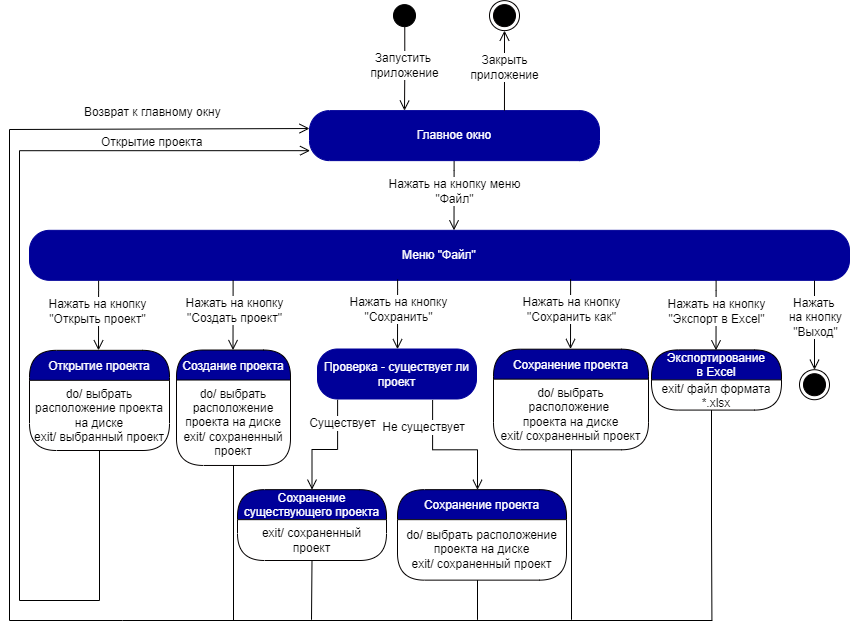
iCosmos76/Curriculum-Designer keeps this draw.io diagram as SM_Bloks/Menu/State_machine_menu_file.drawio.png. Above is the earlier version. Source tidied: cells renumbered, new cells last; positions are measured from the earlier drawing's top-left corner, leaving out a move shared by most shapes.
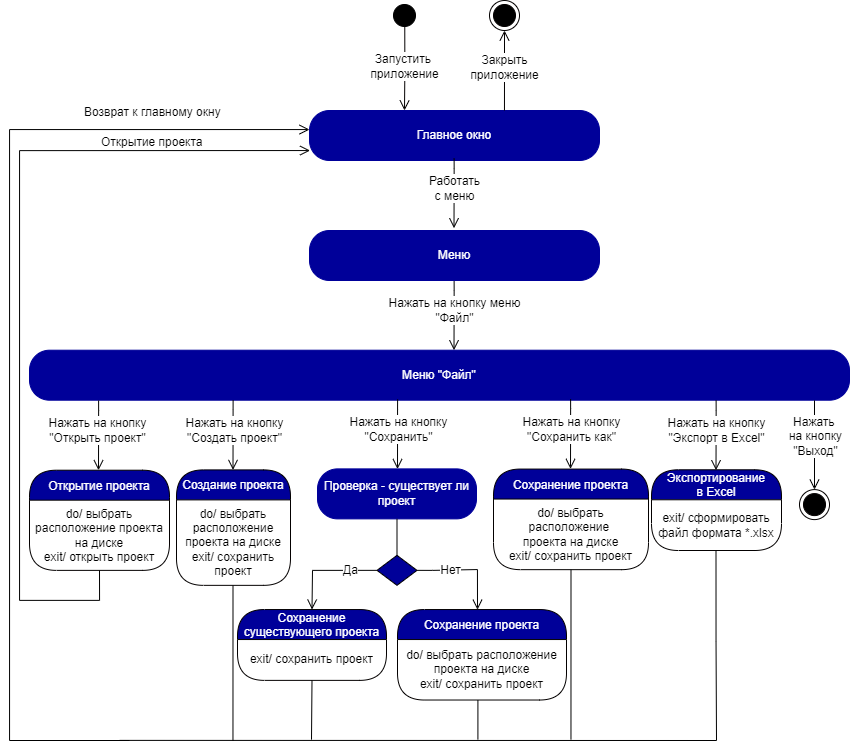
The same diagram one commit later.

The edit, as a diff of the source:
```diff
@@ -6,6 +6,6 @@
       <mxGeometry relative="1" as="geometry">
-        <mxPoint x="444.6" y="160.1" as="sourcePoint" />
-        <mxPoint x="444.5" y="229.8" as="targetPoint" />
+        <mxPoint x="444.6" y="120" as="sourcePoint" />
+        <mxPoint x="444.5" y="189.7" as="targetPoint" />
         <Array as="points">
-          <mxPoint x="444.4" y="169.8" />
+          <mxPoint x="444.4" y="129.7" />
         </Array>
@@ -19,3 +19,3 @@
     <mxCell id="4" value="Меню &quot;Файл&quot;" style="rounded=1;whiteSpace=wrap;html=1;arcSize=40;fontColor=#FFFFFF;fillColor=#000099;strokeColor=#000099;" parent="1" vertex="1">
-      <mxGeometry x="20" y="229.8" width="820" height="50" as="geometry" />
+      <mxGeometry x="20" y="189.7" width="820" height="50" as="geometry" />
     </mxCell>
@@ -23,6 +23,6 @@
       <mxGeometry relative="1" as="geometry">
-        <mxPoint x="388.1" y="279" as="sourcePoint" />
-        <mxPoint x="388" y="348.7" as="targetPoint" />
+        <mxPoint x="388.1" y="238.9" as="sourcePoint" />
+        <mxPoint x="388" y="308.6" as="targetPoint" />
         <Array as="points">
-          <mxPoint x="387.9" y="288.7" />
+          <mxPoint x="387.9" y="248.6" />
         </Array>
@@ -36,5 +36,5 @@
     <mxCell id="7" value="Сохранение проекта" style="swimlane;fontStyle=0;align=center;verticalAlign=middle;horizontal=1;startSize=30;fontColor=#FFFFFF;rounded=1;arcSize=30;strokeColor=#030000;fillColor=#000099;swimlaneFillColor=#FFFFFF;fontSize=12;" parent="1" vertex="1">
-      <mxGeometry x="484" y="348.7" width="155" height="100.6" as="geometry" />
+      <mxGeometry x="484" y="308.6" width="155" height="100.6" as="geometry" />
     </mxCell>
-    <mxCell id="8" value="do/ выбрать расположение &lt;br&gt;проекта на диске&lt;br&gt;exit/ сохраненный проект" style="text;html=1;strokeColor=none;fillColor=none;align=center;verticalAlign=middle;spacingLeft=4;spacingRight=4;whiteSpace=wrap;overflow=hidden;fontColor=#000000;fontSize=12;" parent="7" vertex="1">
+    <mxCell id="8" value="do/ выбрать расположение &lt;br&gt;проекта на диске&lt;br&gt;exit/ сохранить проект" style="text;html=1;strokeColor=none;fillColor=none;align=center;verticalAlign=middle;spacingLeft=4;spacingRight=4;whiteSpace=wrap;overflow=hidden;fontColor=#000000;fontSize=12;" parent="7" vertex="1">
       <mxGeometry y="30" width="155" height="70.6" as="geometry" />
@@ -43,6 +43,6 @@
       <mxGeometry relative="1" as="geometry">
-        <mxPoint x="561.1" y="278.8" as="sourcePoint" />
-        <mxPoint x="561" y="348.5" as="targetPoint" />
+        <mxPoint x="561.1" y="238.7" as="sourcePoint" />
+        <mxPoint x="561" y="308.4" as="targetPoint" />
         <Array as="points">
-          <mxPoint x="560.9" y="288.5" />
+          <mxPoint x="560.9" y="248.4" />
         </Array>
@@ -57,5 +57,5 @@
       <mxGeometry relative="1" as="geometry">
-        <mxPoint x="562" y="619.3" as="targetPoint" />
+        <mxPoint x="562" y="579.2" as="targetPoint" />
         <Array as="points">
-          <mxPoint x="562" y="619.3" />
+          <mxPoint x="562" y="579.2" />
         </Array>
@@ -64,5 +64,5 @@
     <mxCell id="12" value="Сохранение &#10;существующего проекта" style="swimlane;fontStyle=0;align=center;verticalAlign=middle;horizontal=1;startSize=30;fontColor=#FFFFFF;rounded=1;arcSize=30;strokeColor=#030000;fillColor=#000099;swimlaneFillColor=#FFFFFF;fontSize=12;" parent="1" vertex="1">
-      <mxGeometry x="228" y="489.2" width="149" height="70.8" as="geometry" />
+      <mxGeometry x="228" y="449" width="149" height="70.8" as="geometry" />
     </mxCell>
-    <mxCell id="13" value="exit/ сохраненный проект" style="text;html=1;strokeColor=none;fillColor=none;align=center;verticalAlign=middle;spacingLeft=4;spacingRight=4;whiteSpace=wrap;overflow=hidden;fontColor=#000000;fontSize=12;" parent="12" vertex="1">
+    <mxCell id="13" value="exit/ сохранить проект" style="text;html=1;strokeColor=none;fillColor=none;align=center;verticalAlign=middle;spacingLeft=4;spacingRight=4;whiteSpace=wrap;overflow=hidden;fontColor=#000000;fontSize=12;" parent="12" vertex="1">
       <mxGeometry y="30" width="149" height="40.8" as="geometry" />
@@ -71,6 +71,6 @@
       <mxGeometry relative="1" as="geometry">
-        <mxPoint x="706.6" y="280.1" as="sourcePoint" />
-        <mxPoint x="706.5" y="349.8" as="targetPoint" />
+        <mxPoint x="706.6" y="240" as="sourcePoint" />
+        <mxPoint x="706.5" y="309.7" as="targetPoint" />
         <Array as="points">
-          <mxPoint x="706.4" y="289.8" />
+          <mxPoint x="706.4" y="249.7" />
         </Array>
@@ -84,6 +84,6 @@
     <mxCell id="16" value="Экспортирование &#10;в Excel" style="swimlane;fontStyle=0;align=center;verticalAlign=middle;horizontal=1;startSize=30;fontColor=#FFFFFF;rounded=1;arcSize=30;strokeColor=#030000;fillColor=#000099;swimlaneFillColor=#FFFFFF;fontSize=12;" parent="1" vertex="1">
-      <mxGeometry x="642" y="349.4" width="130" height="60.2" as="geometry" />
+      <mxGeometry x="642" y="309.3" width="130" height="80.7" as="geometry" />
     </mxCell>
-    <mxCell id="17" value="exit/ файл формата *.xlsx" style="text;html=1;strokeColor=none;fillColor=none;align=center;verticalAlign=middle;spacingLeft=4;spacingRight=4;whiteSpace=wrap;overflow=hidden;fontColor=#000000;fontSize=12;" parent="16" vertex="1">
-      <mxGeometry y="30" width="130" height="30.2" as="geometry" />
+    <mxCell id="17" value="exit/ сформировать файл формата *.xlsx" style="text;html=1;strokeColor=none;fillColor=none;align=center;verticalAlign=middle;spacingLeft=4;spacingRight=4;whiteSpace=wrap;overflow=hidden;fontColor=#000000;fontSize=12;" parent="16" vertex="1">
+      <mxGeometry y="30" width="130" height="50.7" as="geometry" />
     </mxCell>
@@ -91,7 +91,7 @@
       <mxGeometry relative="1" as="geometry">
-        <mxPoint x="702" y="409.6" as="sourcePoint" />
-        <mxPoint x="702.4" y="619.5" as="targetPoint" />
+        <mxPoint x="706.5" y="390" as="sourcePoint" />
+        <mxPoint x="707" y="580" as="targetPoint" />
         <Array as="points">
-          <mxPoint x="702.4" y="519.5" />
-          <mxPoint x="702.4" y="519.5" />
+          <mxPoint x="706.5" y="480.5" />
+          <mxPoint x="706.5" y="480.5" />
         </Array>
@@ -101,6 +101,6 @@
       <mxGeometry relative="1" as="geometry">
-        <mxPoint x="805" y="280" as="sourcePoint" />
+        <mxPoint x="805" y="239.9" as="sourcePoint" />
         <Array as="points">
-          <mxPoint x="805" y="330" />
-          <mxPoint x="805" y="330" />
+          <mxPoint x="805" y="289.9" />
+          <mxPoint x="805" y="289.9" />
         </Array>
@@ -114,16 +114,15 @@
     <mxCell id="21" style="ellipse;html=1;shape=endState;fillColor=#000000;strokeColor=#030000;" parent="1" vertex="1">
-      <mxGeometry x="790" y="369.2" width="30" height="30" as="geometry" />
+      <mxGeometry x="790" y="329.1" width="30" height="30" as="geometry" />
     </mxCell>
     <mxCell id="22" value="&lt;span&gt;Главное окно&lt;/span&gt;" style="rounded=1;whiteSpace=wrap;html=1;arcSize=40;fontColor=#FFFFFF;fillColor=#000099;strokeColor=#000099;" parent="1" vertex="1">
-      <mxGeometry x="300" y="110.1" width="290" height="50" as="geometry" />
+      <mxGeometry x="300" y="-50" width="290" height="50" as="geometry" />
     </mxCell>
     <mxCell id="23" value="Проверка - существует ли проект" style="rounded=1;whiteSpace=wrap;html=1;arcSize=40;fontColor=#FFFFFF;fillColor=#000099;strokeColor=#000099;" parent="1" vertex="1">
-      <mxGeometry x="308" y="348.5" width="159" height="50" as="geometry" />
+      <mxGeometry x="308" y="308.4" width="159" height="50" as="geometry" />
     </mxCell>
-    <mxCell id="24" style="edgeStyle=orthogonalEdgeStyle;html=1;verticalAlign=bottom;endArrow=open;endSize=8;strokeColor=#000000;rounded=0;fontSize=10;exitX=0.097;exitY=1.006;exitDx=0;exitDy=0;exitPerimeter=0;entryX=0.5;entryY=0;entryDx=0;entryDy=0;" parent="1" edge="1" target="12">
+    <mxCell id="24" style="edgeStyle=orthogonalEdgeStyle;html=1;verticalAlign=bottom;endArrow=open;endSize=8;strokeColor=#000000;rounded=0;fontSize=10;entryX=0.5;entryY=0;entryDx=0;entryDy=0;exitX=0;exitY=0.5;exitDx=0;exitDy=0;" parent="1" edge="1" source="55" target="12">
       <mxGeometry relative="1" as="geometry">
-        <mxPoint x="328.1" y="399.3" as="sourcePoint" />
         <Array as="points">
-          <mxPoint x="328" y="449" />
-          <mxPoint x="303" y="449" />
+          <mxPoint x="303" y="410" />
+          <mxPoint x="303" y="409" />
         </Array>
@@ -131,14 +130,13 @@
     </mxCell>
-    <mxCell id="25" value="Существует" style="edgeLabel;html=1;align=center;verticalAlign=middle;fontSize=12;labelBackgroundColor=default;" parent="24" vertex="1">
+    <mxCell id="25" value="Да" style="edgeLabel;html=1;align=center;verticalAlign=middle;fontSize=12;labelBackgroundColor=default;" parent="24" vertex="1">
       <mxGeometry x="-0.25" y="2" relative="1" as="geometry">
-        <mxPoint x="2" y="-20" as="offset" />
+        <mxPoint x="12" y="-2" as="offset" />
       </mxGeometry>
     </mxCell>
-    <mxCell id="26" style="edgeStyle=orthogonalEdgeStyle;html=1;verticalAlign=bottom;endArrow=open;endSize=8;strokeColor=#000000;rounded=0;fontSize=10;exitX=0.097;exitY=1.006;exitDx=0;exitDy=0;exitPerimeter=0;entryX=0.5;entryY=0;entryDx=0;entryDy=0;" parent="1" edge="1">
+    <mxCell id="26" style="edgeStyle=orthogonalEdgeStyle;html=1;verticalAlign=bottom;endArrow=open;endSize=8;strokeColor=#000000;rounded=0;fontSize=10;entryX=0.5;entryY=0;entryDx=0;entryDy=0;exitX=1;exitY=0.5;exitDx=0;exitDy=0;" parent="1" edge="1" source="55">
       <mxGeometry relative="1" as="geometry">
-        <mxPoint x="423.1" y="399.5" as="sourcePoint" />
-        <mxPoint x="468" y="489.3" as="targetPoint" />
+        <mxPoint x="468" y="449.2" as="targetPoint" />
         <Array as="points">
-          <mxPoint x="423" y="449.3" />
-          <mxPoint x="468" y="449.3" />
+          <mxPoint x="423" y="410" />
+          <mxPoint x="468" y="409" />
         </Array>
@@ -146,5 +144,5 @@
     </mxCell>
-    <mxCell id="27" value="Не существует" style="edgeLabel;html=1;align=center;verticalAlign=middle;fontSize=12;labelBackgroundColor=default;" parent="26" vertex="1">
+    <mxCell id="27" value="Нет" style="edgeLabel;html=1;align=center;verticalAlign=middle;fontSize=12;labelBackgroundColor=default;" parent="26" vertex="1">
       <mxGeometry x="-0.25" y="2" relative="1" as="geometry">
-        <mxPoint x="-10" y="-21" as="offset" />
+        <mxPoint x="-5" y="2" as="offset" />
       </mxGeometry>
@@ -153,6 +151,6 @@
       <mxGeometry relative="1" as="geometry">
-        <mxPoint x="89.1" y="280.1" as="sourcePoint" />
-        <mxPoint x="89" y="349.8" as="targetPoint" />
+        <mxPoint x="89.1" y="240" as="sourcePoint" />
+        <mxPoint x="89" y="309.7" as="targetPoint" />
         <Array as="points">
-          <mxPoint x="88.9" y="289.8" />
+          <mxPoint x="88.9" y="249.7" />
         </Array>
@@ -166,5 +164,5 @@
     <mxCell id="30" value="Открытие проекта" style="swimlane;fontStyle=0;align=center;verticalAlign=middle;horizontal=1;startSize=30;fontColor=#FFFFFF;rounded=1;arcSize=30;strokeColor=#030000;fillColor=#000099;swimlaneFillColor=#FFFFFF;fontSize=12;" parent="1" vertex="1">
-      <mxGeometry x="20" y="349.8" width="140" height="100.2" as="geometry" />
+      <mxGeometry x="20" y="309.7" width="140" height="100.2" as="geometry" />
     </mxCell>
-    <mxCell id="31" value="do/ выбрать расположение проекта на диске&lt;br&gt;exit/ выбранный проект" style="text;html=1;strokeColor=none;fillColor=none;align=center;verticalAlign=middle;spacingLeft=4;spacingRight=4;whiteSpace=wrap;overflow=hidden;fontColor=#000000;fontSize=12;" parent="30" vertex="1">
+    <mxCell id="31" value="do/ выбрать расположение проекта на диске&lt;br&gt;exit/ открыть проект" style="text;html=1;strokeColor=none;fillColor=none;align=center;verticalAlign=middle;spacingLeft=4;spacingRight=4;whiteSpace=wrap;overflow=hidden;fontColor=#000000;fontSize=12;" parent="30" vertex="1">
       <mxGeometry y="30" width="140" height="70.2" as="geometry" />
@@ -174,5 +172,5 @@
         <Array as="points">
-          <mxPoint x="90" y="600" />
-          <mxPoint x="10" y="600" />
-          <mxPoint x="10" y="150" />
+          <mxPoint x="90" y="439.9" />
+          <mxPoint x="10" y="439.9" />
+          <mxPoint x="10" y="-10.1" />
         </Array>
@@ -186,5 +184,5 @@
     <mxCell id="34" value="Сохранение проекта" style="swimlane;fontStyle=0;align=center;verticalAlign=middle;horizontal=1;startSize=30;fontColor=#FFFFFF;rounded=1;arcSize=30;strokeColor=#030000;fillColor=#000099;swimlaneFillColor=#FFFFFF;fontSize=12;" parent="1" vertex="1">
-      <mxGeometry x="388" y="489.2" width="169" height="90.5" as="geometry" />
+      <mxGeometry x="388" y="449" width="169" height="90.5" as="geometry" />
     </mxCell>
-    <mxCell id="35" value="do/ выбрать расположение проекта на диске&lt;br&gt;exit/ сохраненный проект" style="text;html=1;strokeColor=none;fillColor=none;align=center;verticalAlign=middle;spacingLeft=4;spacingRight=4;whiteSpace=wrap;overflow=hidden;fontColor=#000000;fontSize=12;" parent="34" vertex="1">
+    <mxCell id="35" value="do/ выбрать расположение проекта на диске&lt;br&gt;exit/ сохранить проект" style="text;html=1;strokeColor=none;fillColor=none;align=center;verticalAlign=middle;spacingLeft=4;spacingRight=4;whiteSpace=wrap;overflow=hidden;fontColor=#000000;fontSize=12;" parent="34" vertex="1">
       <mxGeometry y="30" width="169" height="60.5" as="geometry" />
@@ -192,3 +190,3 @@
     <mxCell id="36" style="ellipse;html=1;shape=startState;fillColor=#000000;strokeColor=#000000;fontColor=#000099;" parent="1" vertex="1">
-      <mxGeometry x="380" y="0.1" width="30" height="30" as="geometry" />
+      <mxGeometry x="380" y="-160" width="30" height="30" as="geometry" />
     </mxCell>
@@ -196,3 +194,3 @@
       <mxGeometry relative="1" as="geometry">
-        <mxPoint x="395" y="110.1" as="targetPoint" />
+        <mxPoint x="395" y="-50" as="targetPoint" />
       </mxGeometry>
@@ -201,6 +199,6 @@
       <mxGeometry relative="1" as="geometry">
-        <mxPoint x="495" y="110.1" as="sourcePoint" />
+        <mxPoint x="495" y="-50" as="sourcePoint" />
         <Array as="points">
-          <mxPoint x="495" y="70.1" />
-          <mxPoint x="495" y="70.1" />
+          <mxPoint x="495" y="-90" />
+          <mxPoint x="495" y="-90" />
         </Array>
@@ -209,3 +207,3 @@
     <mxCell id="39" style="ellipse;html=1;shape=endState;fillColor=#000000;strokeColor=#030000;" parent="1" vertex="1">
-      <mxGeometry x="480" y="0.1" width="30" height="30" as="geometry" />
+      <mxGeometry x="480" y="-160" width="30" height="30" as="geometry" />
     </mxCell>
@@ -213,13 +211,12 @@
       <mxGeometry relative="1" as="geometry">
-        <mxPoint x="113" y="620" as="sourcePoint" />
-        <mxPoint x="703" y="620" as="targetPoint" />
+        <mxPoint x="110" y="579.9" as="sourcePoint" />
+        <mxPoint x="707" y="580" as="targetPoint" />
       </mxGeometry>
     </mxCell>
-    <mxCell id="41" style="edgeStyle=orthogonalEdgeStyle;html=1;verticalAlign=bottom;endArrow=open;endSize=8;strokeColor=#000000;rounded=0;fontSize=10;entryX=0;entryY=0.358;entryDx=0;entryDy=0;entryPerimeter=0;" parent="1" edge="1" target="22">
+    <mxCell id="41" style="edgeStyle=orthogonalEdgeStyle;html=1;verticalAlign=bottom;endArrow=open;endSize=8;strokeColor=#000000;rounded=0;fontSize=10;" parent="1" edge="1" target="22">
       <mxGeometry relative="1" as="geometry">
-        <mxPoint x="113" y="620" as="sourcePoint" />
+        <mxPoint x="120" y="580" as="sourcePoint" />
         <Array as="points">
-          <mxPoint y="620" />
-          <mxPoint y="129" />
-          <mxPoint x="300" y="129" />
+          <mxPoint y="580" />
+          <mxPoint y="-31" />
         </Array>
@@ -229,6 +226,6 @@
       <mxGeometry relative="1" as="geometry">
-        <mxPoint x="468.4" y="579.6" as="sourcePoint" />
-        <mxPoint x="468" y="619.4" as="targetPoint" />
+        <mxPoint x="468.4" y="539.5" as="sourcePoint" />
+        <mxPoint x="468" y="579.2" as="targetPoint" />
         <Array as="points">
-          <mxPoint x="468" y="619.7" />
+          <mxPoint x="468" y="579.5" />
         </Array>
@@ -238,3 +235,3 @@
       <mxGeometry relative="1" as="geometry">
-        <mxPoint x="302" y="619.3" as="sourcePoint" />
+        <mxPoint x="302" y="579.2" as="sourcePoint" />
       </mxGeometry>
@@ -242,11 +239,11 @@
     <mxCell id="44" value="&lt;span style=&quot;color: rgb(0 , 0 , 0) ; font-family: &amp;#34;helvetica&amp;#34; ; font-size: 12px ; font-style: normal ; font-weight: 400 ; letter-spacing: normal ; text-align: center ; text-indent: 0px ; text-transform: none ; word-spacing: 0px ; background-color: rgb(255 , 255 , 255) ; display: inline ; float: none&quot;&gt;Возврат&amp;nbsp;&lt;/span&gt;&lt;span style=&quot;color: rgb(0 , 0 , 0) ; font-family: &amp;#34;helvetica&amp;#34; ; font-size: 12px ; font-style: normal ; font-weight: 400 ; letter-spacing: normal ; text-align: center ; text-indent: 0px ; text-transform: none ; word-spacing: 0px ; background-color: rgb(255 , 255 , 255) ; display: inline ; float: none&quot;&gt;к главному окну&lt;/span&gt;" style="text;whiteSpace=wrap;html=1;" parent="1" vertex="1">
-      <mxGeometry x="73" y="98.1" width="154" height="30" as="geometry" />
+      <mxGeometry x="73" y="-62" width="154" height="30" as="geometry" />
     </mxCell>
     <mxCell id="45" value="&lt;div style=&quot;text-align: center&quot;&gt;&lt;font face=&quot;helvetica&quot;&gt;&lt;span style=&quot;background-color: rgb(255 , 255 , 255)&quot;&gt;Открытие проекта&lt;/span&gt;&lt;/font&gt;&lt;/div&gt;" style="text;whiteSpace=wrap;html=1;" parent="1" vertex="1">
-      <mxGeometry x="90" y="128.1" width="120" height="30" as="geometry" />
+      <mxGeometry x="90" y="-32" width="120" height="30" as="geometry" />
     </mxCell>
     <mxCell id="46" value="Создание проекта" style="swimlane;fontStyle=0;align=center;verticalAlign=middle;horizontal=1;startSize=30;fontColor=#FFFFFF;rounded=1;arcSize=30;strokeColor=#030000;fillColor=#000099;swimlaneFillColor=#FFFFFF;fontSize=12;" parent="1" vertex="1">
-      <mxGeometry x="167" y="349.5" width="114" height="115.5" as="geometry" />
+      <mxGeometry x="167" y="309.4" width="114" height="115.5" as="geometry" />
     </mxCell>
-    <mxCell id="47" value="do/ выбрать расположение проекта на диске&lt;br&gt;exit/ сохраненный проект" style="text;html=1;strokeColor=none;fillColor=none;align=center;verticalAlign=middle;spacingLeft=4;spacingRight=4;whiteSpace=wrap;overflow=hidden;fontColor=#000000;fontSize=12;" parent="46" vertex="1">
+    <mxCell id="47" value="do/ выбрать расположение проекта на диске&lt;br&gt;exit/ сохранить проект" style="text;html=1;strokeColor=none;fillColor=none;align=center;verticalAlign=middle;spacingLeft=4;spacingRight=4;whiteSpace=wrap;overflow=hidden;fontColor=#000000;fontSize=12;" parent="46" vertex="1">
       <mxGeometry y="30" width="114" height="85.5" as="geometry" />
@@ -258,6 +255,6 @@
       <mxGeometry relative="1" as="geometry">
-        <mxPoint x="223.6" y="279.8" as="sourcePoint" />
-        <mxPoint x="223.5" y="349.5" as="targetPoint" />
+        <mxPoint x="223.6" y="239.7" as="sourcePoint" />
+        <mxPoint x="223.5" y="309.4" as="targetPoint" />
         <Array as="points">
-          <mxPoint x="223.4" y="289.5" />
+          <mxPoint x="223.4" y="249.4" />
         </Array>
@@ -272,6 +269,6 @@
       <mxGeometry relative="1" as="geometry">
-        <mxPoint x="223.5" y="465" as="sourcePoint" />
-        <mxPoint x="224" y="620.4" as="targetPoint" />
+        <mxPoint x="223.5" y="424.8" as="sourcePoint" />
+        <mxPoint x="224" y="580.3" as="targetPoint" />
         <Array as="points">
-          <mxPoint x="224" y="620.4" />
+          <mxPoint x="224" y="580.3" />
         </Array>
@@ -279,2 +276,25 @@
     </mxCell>
+    <mxCell id="52" value="&lt;span&gt;Меню&lt;/span&gt;" style="rounded=1;whiteSpace=wrap;html=1;arcSize=40;fontColor=#FFFFFF;fillColor=#000099;strokeColor=#000099;" parent="1" vertex="1">
+      <mxGeometry x="300" y="70" width="290" height="50" as="geometry" />
+    </mxCell>
+    <mxCell id="53" style="edgeStyle=orthogonalEdgeStyle;html=1;verticalAlign=bottom;endArrow=open;endSize=8;strokeColor=#000000;rounded=0;fontSize=10;exitX=0.097;exitY=1.006;exitDx=0;exitDy=0;exitPerimeter=0;entryX=0.154;entryY=0;entryDx=0;entryDy=0;entryPerimeter=0;" parent="1" edge="1">
+      <mxGeometry relative="1" as="geometry">
+        <mxPoint x="444.6" y="-2" as="sourcePoint" />
+        <mxPoint x="444.5" y="67.7" as="targetPoint" />
+        <Array as="points">
+          <mxPoint x="444.4" y="7.7" />
+        </Array>
+      </mxGeometry>
+    </mxCell>
+    <mxCell id="54" value="Работать&lt;br&gt;с меню" style="edgeLabel;html=1;align=center;verticalAlign=middle;fontSize=12;labelBackgroundColor=default;" parent="53" vertex="1">
+      <mxGeometry x="-0.25" y="2" relative="1" as="geometry">
+        <mxPoint x="-2" y="4" as="offset" />
+      </mxGeometry>
+    </mxCell>
+    <mxCell id="55" style="rhombus;whiteSpace=wrap;html=1;fillColor=#000099;strokeColor=default;" parent="1" vertex="1">
+      <mxGeometry x="367.5" y="394.9" width="40" height="30" as="geometry" />
+    </mxCell>
+    <mxCell id="56" style="endArrow=none;html=1;rounded=0;entryX=0.5;entryY=1;entryDx=0;entryDy=0;exitX=0.5;exitY=0;exitDx=0;exitDy=0;" parent="1" edge="1" source="55" target="23">
+      <mxGeometry relative="1" as="geometry" />
+    </mxCell>
   </root>
```
